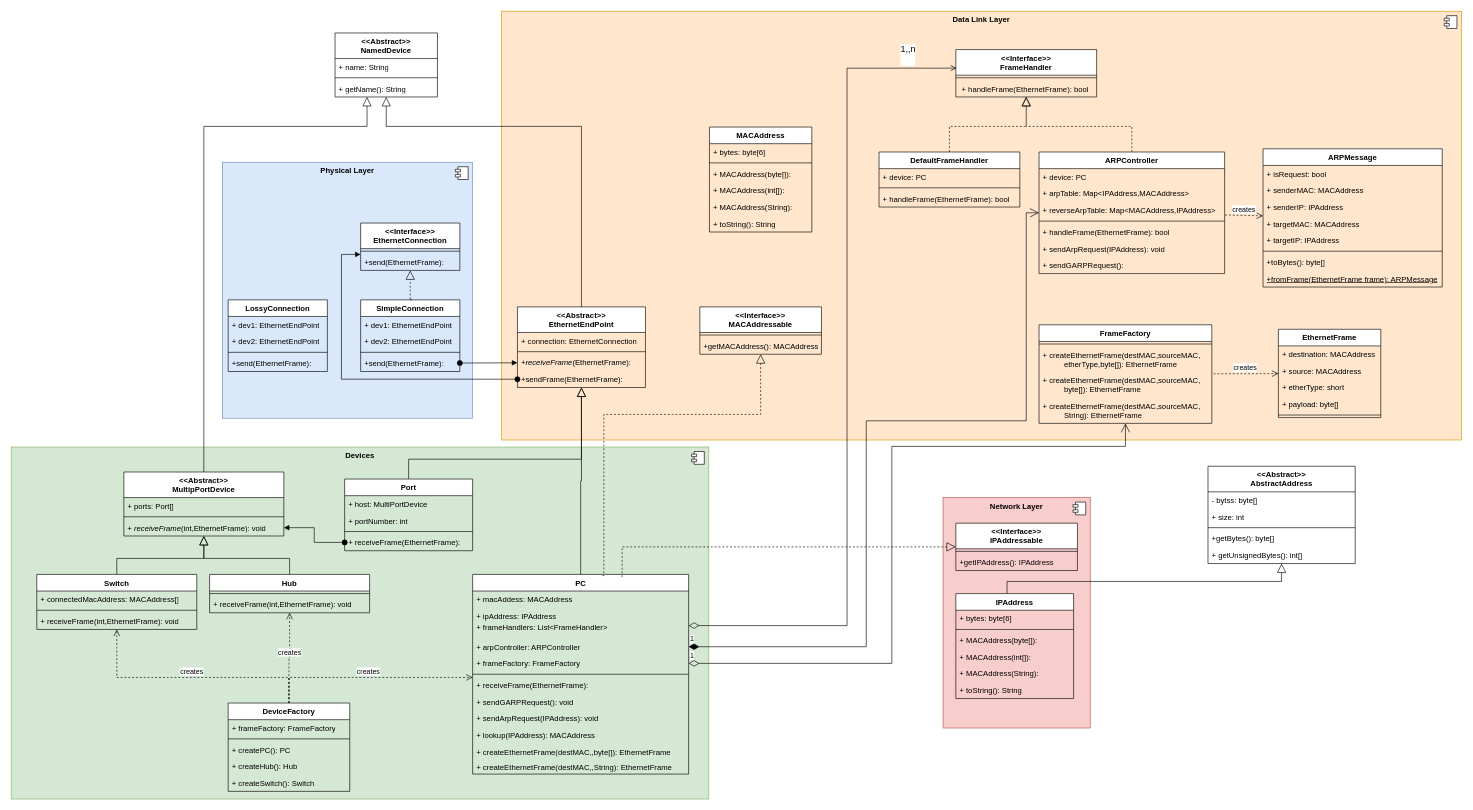
Above: appliedprog/diagrams/week6.drawio in RichardMorris/TRUR3125-Applied-Programming-26-27 (draw.io), before the change. Source tidied: cells renumbered, new cells numbered last; positions are measured from the earlier drawing's top-left corner, leaving out a move shared by most shapes. Both pictures are drawn from the tidied source at 64%, with x=0, y=0 at pixel (11, 11).
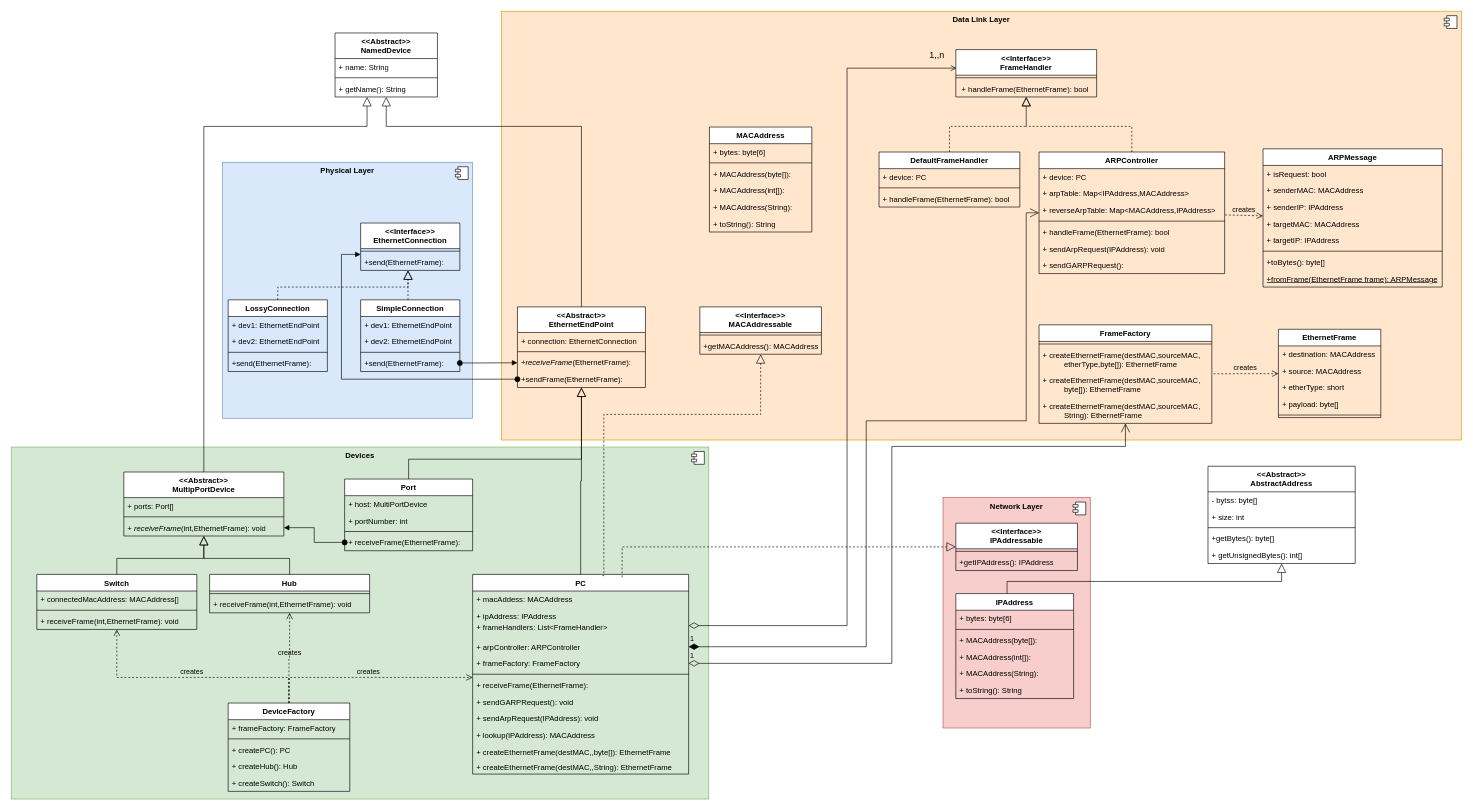
After the change.

Unchanged cells that the change refers to:
```xml
<mxCell id="10" value="&amp;lt;&amp;lt;Interface&amp;gt;&amp;gt;&lt;div&gt;FrameHandler&lt;/div&gt;" style="swimlane;fontStyle=1;align=center;verticalAlign=top;horizontal=1;startSize=40;whiteSpace=wrap;html=1;" parent="1" vertex="1">
  <mxGeometry x="1476" y="60" width="220" height="74" as="geometry" />
</mxCell>
<mxCell id="13" value="ARPController" style="swimlane;fontStyle=1;align=center;verticalAlign=top;horizontal=1;startSize=26;whiteSpace=wrap;html=1;" parent="1" vertex="1">
  <mxGeometry x="1606" y="220" width="290" height="190" as="geometry" />
</mxCell>
<mxCell id="28" value="ARPMessage" style="swimlane;fontStyle=1;align=center;verticalAlign=top;horizontal=1;startSize=26;whiteSpace=wrap;html=1;" parent="1" vertex="1">
  <mxGeometry x="1956" y="215" width="280" height="216" as="geometry" />
</mxCell>
<mxCell id="38" value="PC" style="swimlane;fontStyle=1;align=center;verticalAlign=top;horizontal=1;startSize=26;whiteSpace=wrap;html=1;" parent="1" vertex="1">
  <mxGeometry x="721" y="880" width="337.5" height="312" as="geometry" />
</mxCell>
<mxCell id="41" value="+ frameHandlers: List&amp;lt;FrameHandler&amp;gt;" style="text;strokeColor=none;fillColor=none;align=left;verticalAlign=top;spacingLeft=4;spacingRight=4;overflow=hidden;points=[[0,0.5],[1,0.5]];portConstraint=eastwest;whiteSpace=wrap;html=1;" parent="38" vertex="1">
  <mxGeometry y="70" width="337.5" height="30" as="geometry" />
</mxCell>
<mxCell id="42" value="+ arpController: ARPController" style="text;strokeColor=none;fillColor=none;align=left;verticalAlign=top;spacingLeft=4;spacingRight=4;overflow=hidden;points=[[0,0.5],[1,0.5]];portConstraint=eastwest;whiteSpace=wrap;html=1;" parent="38" vertex="1">
  <mxGeometry y="100" width="337.5" height="26" as="geometry" />
</mxCell>
<mxCell id="43" value="+ frameFactory: FrameFactory" style="text;strokeColor=none;fillColor=none;align=left;verticalAlign=top;spacingLeft=4;spacingRight=4;overflow=hidden;points=[[0,0.5],[1,0.5]];portConstraint=eastwest;whiteSpace=wrap;html=1;" parent="38" vertex="1">
  <mxGeometry y="126" width="337.5" height="26" as="geometry" />
</mxCell>
<mxCell id="51" value="SimpleConnection" style="swimlane;fontStyle=1;align=center;verticalAlign=top;horizontal=1;startSize=26;whiteSpace=wrap;html=1;" parent="1" vertex="1">
  <mxGeometry x="546" y="451" width="155" height="112" as="geometry" />
</mxCell>
<mxCell id="56" value="&amp;lt;&amp;lt;Interface&amp;gt;&amp;gt;&lt;div&gt;Ethernet&lt;span style=&quot;background-color: transparent; color: light-dark(rgb(0, 0, 0), rgb(255, 255, 255));&quot;&gt;Connection&lt;/span&gt;&lt;/div&gt;" style="swimlane;fontStyle=1;align=center;verticalAlign=top;horizontal=1;startSize=40;whiteSpace=wrap;html=1;" parent="1" vertex="1">
  <mxGeometry x="546" y="331" width="155" height="74" as="geometry" />
</mxCell>
<mxCell id="63" value="FrameFactory" style="swimlane;fontStyle=1;align=center;verticalAlign=top;horizontal=1;startSize=26;whiteSpace=wrap;html=1;" parent="1" vertex="1">
  <mxGeometry x="1606" y="490" width="270" height="154" as="geometry" />
</mxCell>
<mxCell id="68" value="EthernetFrame" style="swimlane;fontStyle=1;align=center;verticalAlign=top;horizontal=1;startSize=26;whiteSpace=wrap;html=1;" parent="1" vertex="1">
  <mxGeometry x="1980" y="497" width="160" height="138" as="geometry" />
</mxCell>
<mxCell id="75" value="DeviceFactory" style="swimlane;fontStyle=1;align=center;verticalAlign=top;horizontal=1;startSize=26;whiteSpace=wrap;html=1;" parent="1" vertex="1">
  <mxGeometry x="339" y="1081" width="190" height="138" as="geometry" />
</mxCell>
<mxCell id="134" value="LossyConnection" style="swimlane;fontStyle=1;align=center;verticalAlign=top;horizontal=1;startSize=26;whiteSpace=wrap;html=1;" parent="1" vertex="1">
  <mxGeometry x="339" y="451" width="155" height="112" as="geometry" />
</mxCell>
<mxCell id="139" value="Hub" style="swimlane;fontStyle=1;align=center;verticalAlign=top;horizontal=1;startSize=26;whiteSpace=wrap;html=1;" parent="1" vertex="1">
  <mxGeometry x="310" y="880" width="250" height="60" as="geometry" />
</mxCell>
<mxCell id="143" value="Switch" style="swimlane;fontStyle=1;align=center;verticalAlign=top;horizontal=1;startSize=26;whiteSpace=wrap;html=1;" parent="1" vertex="1">
  <mxGeometry x="40" y="880" width="250" height="86" as="geometry" />
</mxCell>
```

Diff of the diagram source:
```diff
@@
-    <mxCell id="25" value="1,,n&lt;div&gt;&lt;br&gt;&lt;/div&gt;" style="endArrow=open;html=1;endSize=7;startArrow=diamondThin;startSize=14;startFill=0;edgeStyle=orthogonalEdgeStyle;align=left;verticalAlign=bottom;rounded=0;entryX=0.005;entryY=0.392;entryDx=0;entryDy=0;entryPerimeter=0;fontSize=14;spacingLeft=2;spacingBottom=0;" parent="1" edge="1" source="41" target="10">
-      <mxGeometry x="0.86" relative="1" as="geometry">
+    <mxCell id="25" value="1,,n&lt;div&gt;&lt;br&gt;&lt;/div&gt;" style="endArrow=open;html=1;endSize=7;startArrow=diamondThin;startSize=14;startFill=0;edgeStyle=orthogonalEdgeStyle;align=left;verticalAlign=bottom;rounded=0;entryX=0.005;entryY=0.392;entryDx=0;entryDy=0;entryPerimeter=0;fontSize=14;spacingLeft=2;spacingBottom=0;labelBackgroundColor=none;" parent="1" edge="1" source="41" target="10">
+      <mxGeometry x="0.93" y="-8" relative="1" as="geometry">
         <Array as="points">
           <mxPoint x="1306" y="960" />
           <mxPoint x="1306" y="89" />
         </Array>
-        <mxPoint y="-1" as="offset" />
       </mxGeometry>
     </mxCell>
@@
-    <mxCell id="37" value="1" style="endArrow=open;html=1;endSize=12;startArrow=diamondThin;startSize=14;startFill=1;align=left;verticalAlign=bottom;rounded=0;edgeStyle=orthogonalEdgeStyle;" parent="1" edge="1" source="42" target="13">
+    <mxCell id="37" value="1" style="endArrow=open;html=1;endSize=12;startArrow=diamondThin;startSize=14;startFill=1;align=left;verticalAlign=bottom;rounded=0;edgeStyle=orthogonalEdgeStyle;labelBackgroundColor=none;" parent="1" edge="1" source="42" target="13">
       <mxGeometry x="-1" y="3" relative="1" as="geometry">
         <Array as="points">
           <mxPoint x="1336" y="993" />
           <mxPoint x="1336" y="640" />
           <mxPoint x="1586" y="640" />
           <mxPoint x="1586" y="315" />
         </Array>
       </mxGeometry>
     </mxCell>
@@
-    <mxCell id="61" style="endArrow=block;dashed=1;endFill=0;endSize=12;html=1;rounded=0;edgeStyle=orthogonalEdgeStyle;exitX=0.5;exitY=0;exitDx=0;exitDy=0;" parent="1" edge="1" source="51" target="56">
+    <mxCell id="61" style="endArrow=block;dashed=1;endFill=0;endSize=12;html=1;rounded=0;edgeStyle=orthogonalEdgeStyle;" parent="1" edge="1" source="51" target="56">
       <mxGeometry relative="1" as="geometry">
         <Array as="points">
-          <mxPoint x="626" y="451" />
-          <mxPoint x="626" y="451" />
+          <mxPoint x="620" y="441" />
+          <mxPoint x="620" y="441" />
         </Array>
       </mxGeometry>
     </mxCell>
@@
-    <mxCell id="74" value="1" style="endArrow=open;html=1;endSize=12;startArrow=diamondThin;startSize=14;startFill=0;align=left;verticalAlign=bottom;rounded=0;edgeStyle=orthogonalEdgeStyle;" parent="1" edge="1" source="43" target="63">
+    <mxCell id="74" value="1" style="endArrow=open;html=1;endSize=12;startArrow=diamondThin;startSize=14;startFill=0;align=left;verticalAlign=bottom;rounded=0;edgeStyle=orthogonalEdgeStyle;labelBackgroundColor=none;" parent="1" edge="1" source="43" target="63">
       <mxGeometry x="-1" y="3" relative="1" as="geometry">
         <Array as="points">
           <mxPoint x="1376" y="1019" />
           <mxPoint x="1376" y="680" />
           <mxPoint x="1741" y="680" />
         </Array>
       </mxGeometry>
     </mxCell>
@@
-    <mxCell id="81" value="creates" style="html=1;verticalAlign=bottom;endArrow=open;dashed=1;endSize=8;rounded=0;exitX=0.5;exitY=0;exitDx=0;exitDy=0;edgeStyle=orthogonalEdgeStyle;" parent="1" edge="1" source="75" target="38">
+    <mxCell id="81" value="creates" style="html=1;verticalAlign=bottom;endArrow=open;dashed=1;endSize=8;rounded=0;exitX=0.5;exitY=0;exitDx=0;exitDy=0;edgeStyle=orthogonalEdgeStyle;labelBackgroundColor=none;" parent="1" edge="1" source="75" target="38">
       <mxGeometry relative="1" as="geometry">
         <Array as="points">
           <mxPoint x="434" y="1041" />
         </Array>
       </mxGeometry>
     </mxCell>
-    <mxCell id="82" value="creates" style="html=1;verticalAlign=bottom;endArrow=none;dashed=1;endSize=8;rounded=0;startArrow=open;startFill=1;startSize=8;endFill=0;" parent="1" edge="1" source="68" target="63">
+    <mxCell id="82" value="creates" style="html=1;verticalAlign=bottom;endArrow=none;dashed=1;endSize=8;rounded=0;startArrow=open;startFill=1;startSize=8;endFill=0;labelBackgroundColor=none;" parent="1" edge="1" source="68" target="63">
       <mxGeometry relative="1" as="geometry" />
     </mxCell>
-    <mxCell id="83" value="creates" style="html=1;verticalAlign=bottom;endArrow=none;dashed=1;endSize=8;rounded=0;startArrow=open;startFill=1;startSize=8;endFill=0;" parent="1" edge="1" source="28" target="13">
+    <mxCell id="83" value="creates" style="html=1;verticalAlign=bottom;endArrow=none;dashed=1;endSize=8;rounded=0;startArrow=open;startFill=1;startSize=8;endFill=0;labelBackgroundColor=none;" parent="1" edge="1" source="28" target="13">
       <mxGeometry relative="1" as="geometry" />
     </mxCell>
@@
-    <mxCell id="149" value="creates" style="html=1;verticalAlign=bottom;endArrow=open;dashed=1;endSize=8;rounded=0;exitX=0.5;exitY=0;exitDx=0;exitDy=0;edgeStyle=orthogonalEdgeStyle;" parent="1" edge="1" source="75" target="139">
+    <mxCell id="149" value="creates" style="html=1;verticalAlign=bottom;endArrow=open;dashed=1;endSize=8;rounded=0;exitX=0.5;exitY=0;exitDx=0;exitDy=0;edgeStyle=orthogonalEdgeStyle;labelBackgroundColor=none;" parent="1" edge="1" source="75" target="139">
       <mxGeometry relative="1" as="geometry" />
     </mxCell>
-    <mxCell id="150" value="creates" style="html=1;verticalAlign=bottom;endArrow=open;dashed=1;endSize=8;rounded=0;edgeStyle=orthogonalEdgeStyle;" parent="1" edge="1" source="75" target="143">
+    <mxCell id="150" value="creates" style="html=1;verticalAlign=bottom;endArrow=open;dashed=1;endSize=8;rounded=0;edgeStyle=orthogonalEdgeStyle;labelBackgroundColor=none;" parent="1" edge="1" source="75" target="143">
       <mxGeometry relative="1" as="geometry">
         <Array as="points">
           <mxPoint x="434" y="1041" />
           <mxPoint x="165" y="1041" />
         </Array>
       </mxGeometry>
     </mxCell>
+    <mxCell id="151" style="endArrow=block;dashed=1;endFill=0;endSize=12;html=1;rounded=0;edgeStyle=orthogonalEdgeStyle;" parent="1" edge="1" source="134" target="56">
+      <mxGeometry relative="1" as="geometry">
+        <Array as="points">
+          <mxPoint x="417" y="431" />
+          <mxPoint x="620" y="431" />
+        </Array>
+      </mxGeometry>
+    </mxCell>
```
